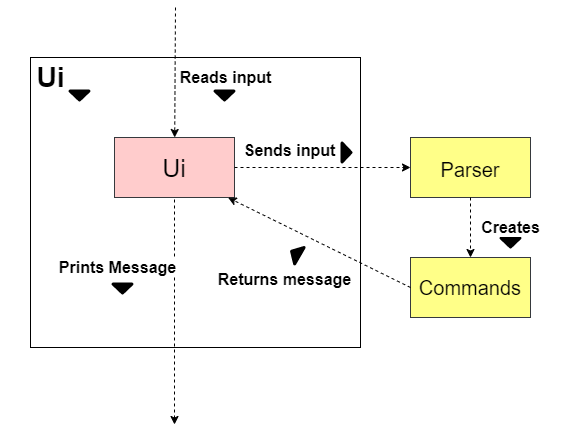
Earlier version of the draw.io export docs/images/ui.png (tryyang2001/tp). Source tidied: cells renumbered, new cells last; positions are measured from the earlier drawing's top-left corner, leaving out a move shared by most shapes.
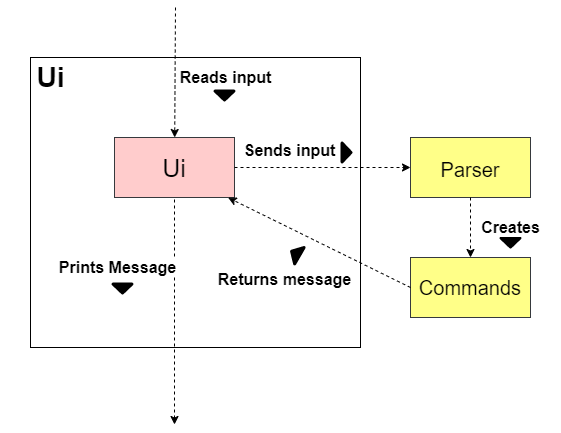
Later version of the same file.

Change to the diagram source:
```diff
@@ -69,12 +69,6 @@
     <mxCell id="21" style="strokeWidth=2;html=1;shape=mxgraph.flowchart.merge_or_storage;whiteSpace=wrap;fontSize=25;fillColor=#00000000000;rotation=0;" parent="1" vertex="1">
       <mxGeometry x="112" y="276" width="20" height="10" as="geometry" />
     </mxCell>
-    <mxCell id="22" style="group;" parent="1" vertex="1">
-      <mxGeometry x="30" y="50" width="100" height="43" as="geometry" />
-    </mxCell>
-    <mxCell id="23" style="strokeWidth=2;html=1;shape=mxgraph.flowchart.merge_or_storage;whiteSpace=wrap;fontSize=25;fillColor=#00000000000;" parent="22" vertex="1">
-      <mxGeometry x="39" y="33" width="20" height="10" as="geometry" />
-    </mxCell>
     <mxCell id="24" value="&lt;font color=&quot;#000000&quot; style=&quot;font-size: 28px&quot;&gt;Ui&lt;/font&gt;" style="text;strokeColor=none;fillColor=none;html=1;fontSize=16;fontStyle=1;verticalAlign=middle;align=center;labelBackgroundColor=#FFFFFF;labelBorderColor=none;fontColor=#FFFFFF;" parent="1" vertex="1">
       <mxGeometry y="50" width="100" height="40" as="geometry" />
     </mxCell>
```
